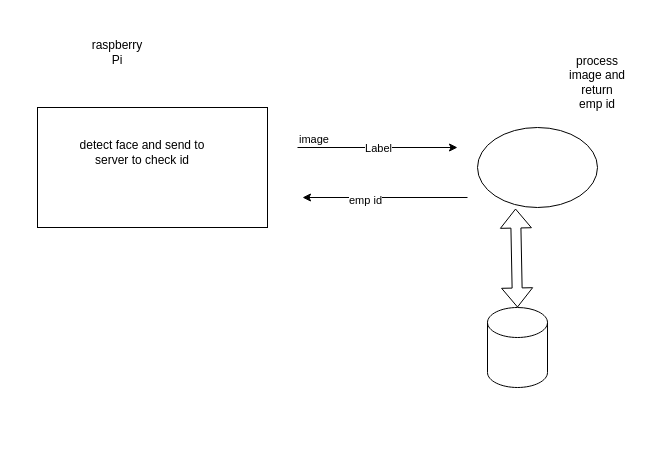
This is Untitled Diagram.drawio from FireArmz/FireArmz, a draw.io file, before an edit. Source tidied: cells renumbered, new cells numbered last; positions are measured from the earlier drawing's top-left corner, leaving out a move shared by most shapes. Both pictures are drawn from the tidied source at 100%, with x=0, y=0 at pixel (37, 17).
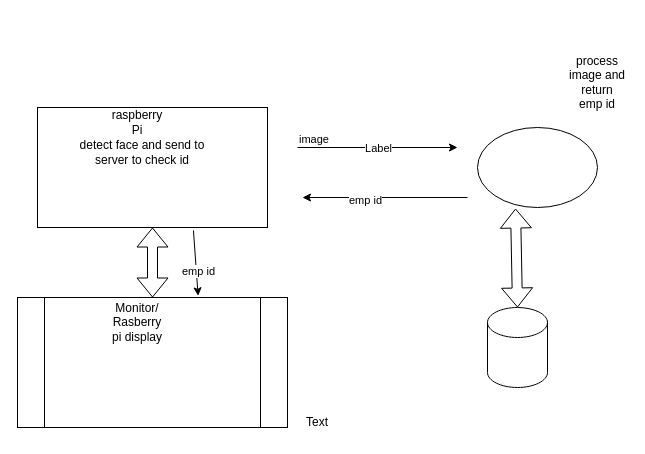
The same page after the edit.

Unchanged cells that the change refers to:
```xml
<mxCell id="3" style="rounded=0;whiteSpace=wrap;html=1;" parent="1" vertex="1">
  <mxGeometry y="90" width="230" height="120" as="geometry" />
</mxCell>
```

Change to the diagram source:
```diff
@@
     <mxCell id="10" value="raspberry Pi" style="text;html=1;strokeColor=none;fillColor=none;align=center;verticalAlign=middle;whiteSpace=wrap;rounded=0;" parent="1" vertex="1">
-      <mxGeometry x="50" width="60" height="70" as="geometry" />
+      <mxGeometry x="70" y="70" width="60" height="70" as="geometry" />
     </mxCell>
@@
+    <mxCell id="14" style="shape=process;whiteSpace=wrap;html=1;backgroundOutline=1;" parent="1" vertex="1">
+      <mxGeometry x="-20" y="280" width="270" height="130" as="geometry" />
+    </mxCell>
+    <mxCell id="15" value="Text" style="text;html=1;strokeColor=none;fillColor=none;align=center;verticalAlign=middle;whiteSpace=wrap;rounded=0;" parent="1" vertex="1">
+      <mxGeometry x="250" y="390" width="60" height="30" as="geometry" />
+    </mxCell>
+    <mxCell id="16" value="Monitor/ Rasberry pi display&lt;br&gt;" style="text;html=1;strokeColor=none;fillColor=none;align=center;verticalAlign=middle;whiteSpace=wrap;rounded=0;" parent="1" vertex="1">
+      <mxGeometry x="70" y="290" width="60" height="30" as="geometry" />
+    </mxCell>
+    <mxCell id="17" style="endArrow=classic;html=1;rounded=0;exitX=0.678;exitY=1.025;exitDx=0;exitDy=0;exitPerimeter=0;entryX=0.669;entryY=-0.013;entryDx=0;entryDy=0;entryPerimeter=0;" parent="1" edge="1" source="3" target="14">
+      <mxGeometry relative="1" as="geometry" />
+    </mxCell>
+    <mxCell id="18" value="emp id&lt;br&gt;" style="edgeLabel;html=1;align=center;verticalAlign=middle;" parent="17" vertex="1">
+      <mxGeometry x="0.25" y="2" relative="1" as="geometry" />
+    </mxCell>
+    <mxCell id="19" style="shape=flexArrow;endArrow=classic;startArrow=classic;html=1;rounded=0;entryX=0.5;entryY=1;entryDx=0;entryDy=0;exitX=0.5;exitY=0;exitDx=0;exitDy=0;" parent="1" edge="1" source="14" target="3">
+      <mxGeometry relative="1" as="geometry" />
+    </mxCell>
```
